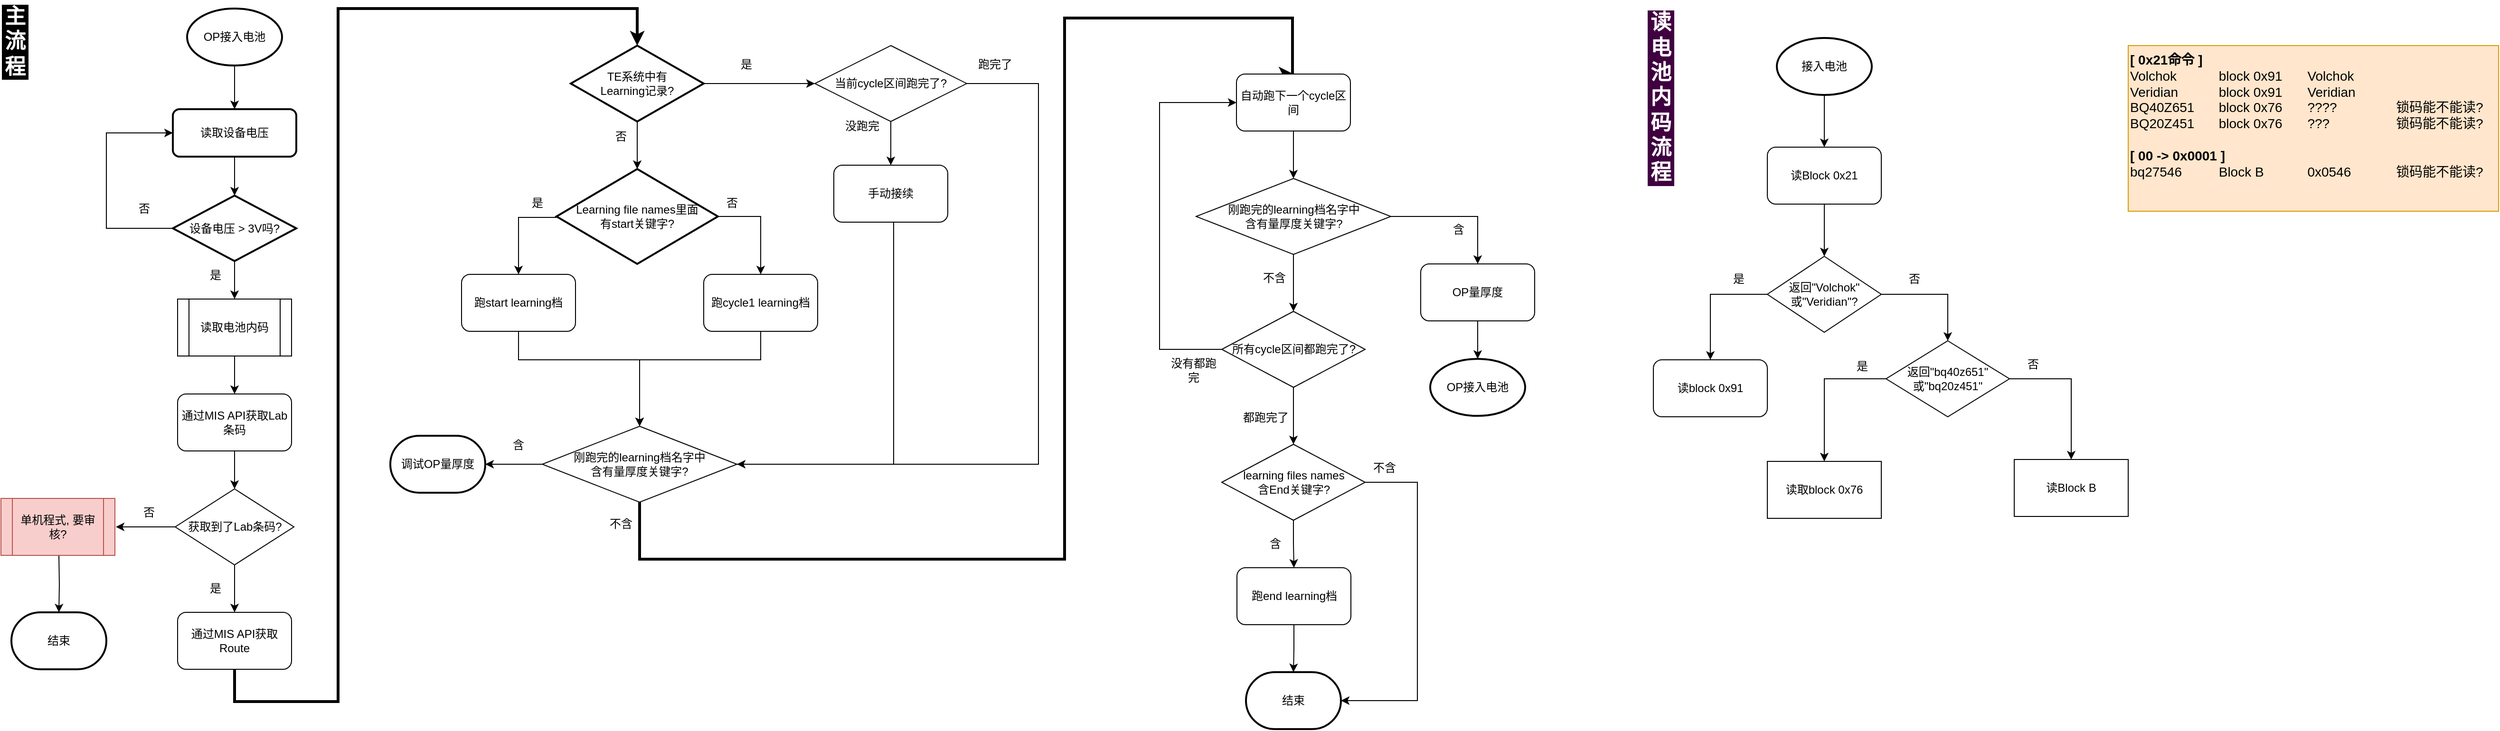
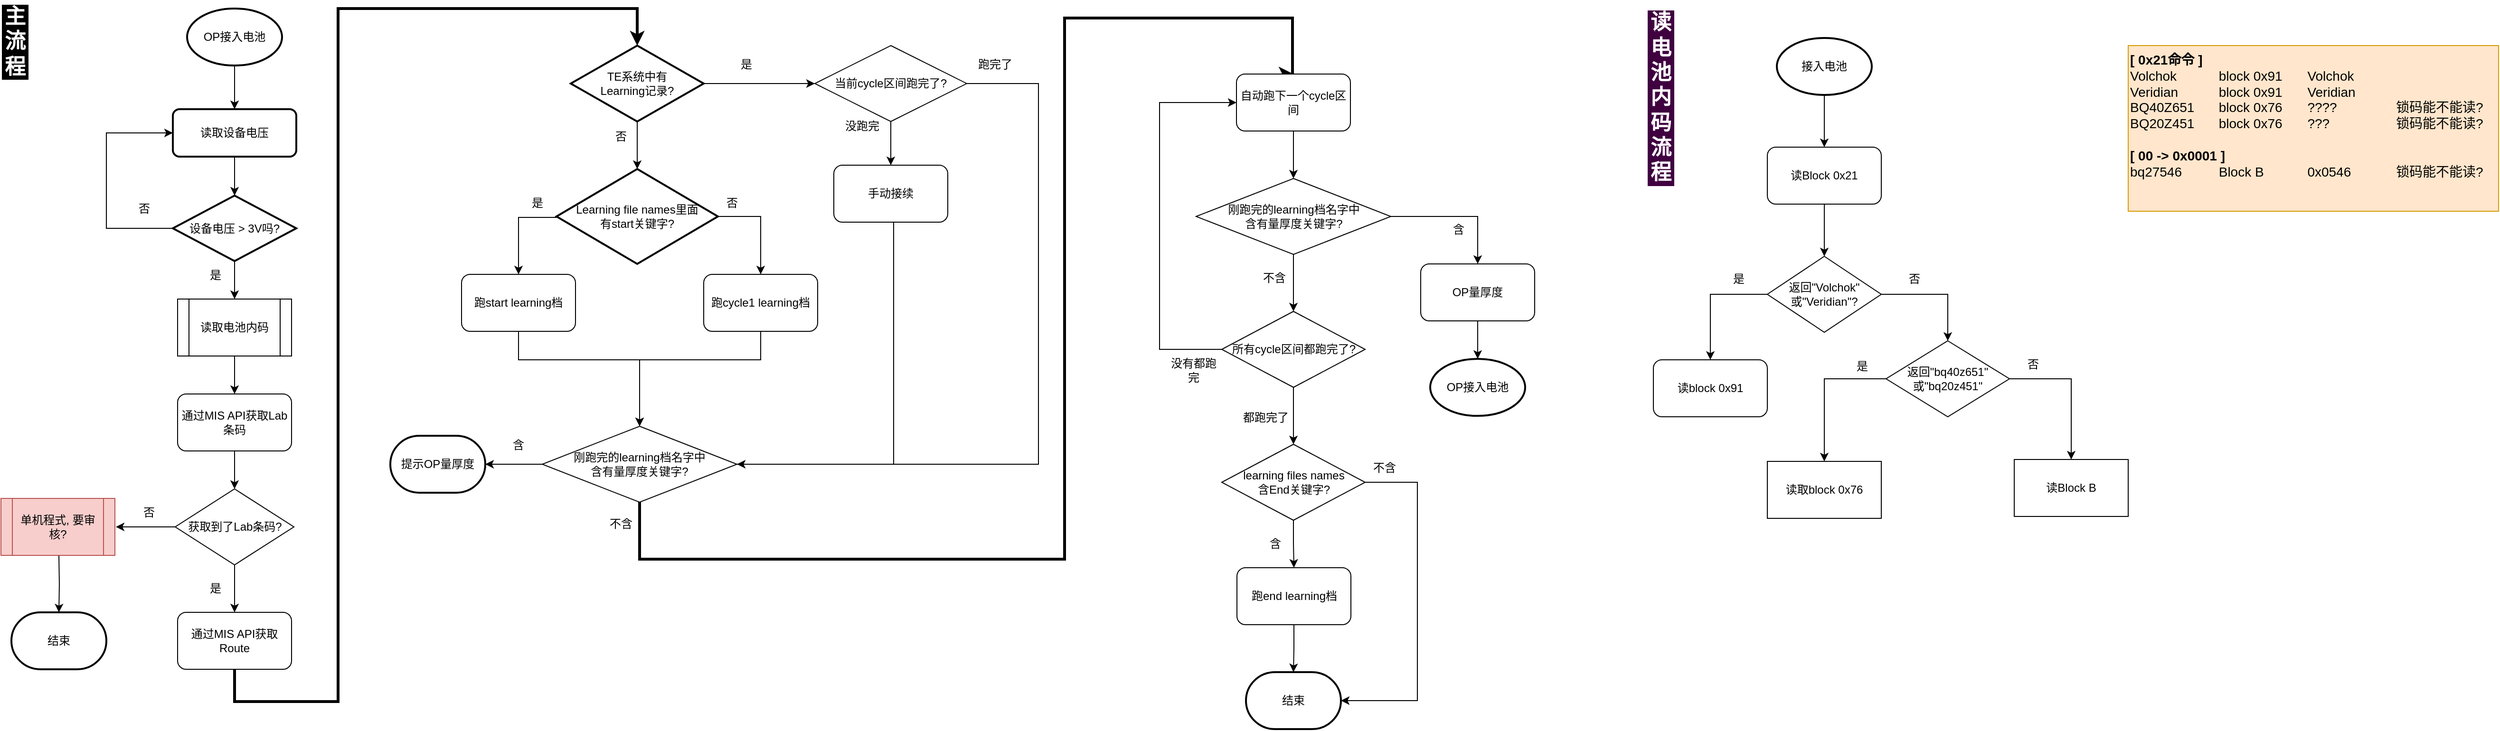
<mxfile host="app.diagrams.net">
  <diagram name="第 1 页" id="3HldnIOuQtLrwHUO-1mN">
    <mxGraphModel dx="1318" dy="774" grid="1" gridSize="10" guides="1" tooltips="1" connect="1" arrows="1" fold="1" page="1" pageScale="1" pageWidth="1169" pageHeight="827" background="#FFFFFF" math="0" shadow="0">
      <root>
        <mxCell id="0" />
        <mxCell id="1" parent="0" />
        <mxCell id="qRa3hty1LtdxE0hFs_0w-8" edge="1" parent="1" source="qRa3hty1LtdxE0hFs_0w-4" style="edgeStyle=orthogonalEdgeStyle;rounded=0;orthogonalLoop=1;jettySize=auto;html=1;" target="qRa3hty1LtdxE0hFs_0w-6" value="">
          <mxGeometry relative="1" as="geometry" />
        </mxCell>
        <mxCell id="qRa3hty1LtdxE0hFs_0w-4" parent="1" style="strokeWidth=2;html=1;shape=mxgraph.flowchart.start_1;whiteSpace=wrap;" value="OP接入电池" vertex="1">
          <mxGeometry height="60" width="100" x="216" y="20" as="geometry" />
        </mxCell>
        <mxCell id="qRa3hty1LtdxE0hFs_0w-9" edge="1" parent="1" source="qRa3hty1LtdxE0hFs_0w-6" style="edgeStyle=orthogonalEdgeStyle;rounded=0;orthogonalLoop=1;jettySize=auto;html=1;" target="qRa3hty1LtdxE0hFs_0w-7" value="">
          <mxGeometry relative="1" as="geometry" />
        </mxCell>
        <mxCell id="qRa3hty1LtdxE0hFs_0w-6" parent="1" style="rounded=1;whiteSpace=wrap;html=1;absoluteArcSize=1;arcSize=14;strokeWidth=2;" value="读取设备电压" vertex="1">
          <mxGeometry height="50" width="130" x="201" y="126" as="geometry" />
        </mxCell>
        <mxCell id="qRa3hty1LtdxE0hFs_0w-14" edge="1" parent="1" source="qRa3hty1LtdxE0hFs_0w-7" style="edgeStyle=orthogonalEdgeStyle;rounded=0;orthogonalLoop=1;jettySize=auto;html=1;" target="qRa3hty1LtdxE0hFs_0w-13" value="">
          <mxGeometry relative="1" as="geometry" />
        </mxCell>
        <mxCell id="qRa3hty1LtdxE0hFs_0w-25" edge="1" parent="1" source="qRa3hty1LtdxE0hFs_0w-7" style="edgeStyle=orthogonalEdgeStyle;rounded=0;orthogonalLoop=1;jettySize=auto;html=1;entryX=0;entryY=0.5;entryDx=0;entryDy=0;" target="qRa3hty1LtdxE0hFs_0w-6">
          <mxGeometry relative="1" as="geometry">
            <Array as="points">
              <mxPoint x="131" y="252" />
              <mxPoint x="131" y="151" />
            </Array>
            <mxPoint x="411" y="146" as="targetPoint" />
          </mxGeometry>
        </mxCell>
        <mxCell id="qRa3hty1LtdxE0hFs_0w-7" parent="1" style="strokeWidth=2;html=1;shape=mxgraph.flowchart.decision;whiteSpace=wrap;" value="设备电压 &amp;gt; 3V吗?" vertex="1">
          <mxGeometry height="69" width="130" x="201" y="217" as="geometry" />
        </mxCell>
        <mxCell id="qRa3hty1LtdxE0hFs_0w-11" parent="1" style="text;html=1;whiteSpace=wrap;strokeColor=none;fillColor=none;align=center;verticalAlign=middle;rounded=0;" value="&lt;div&gt;否&lt;/div&gt;" vertex="1">
          <mxGeometry height="30" width="60" x="141" y="216" as="geometry" />
        </mxCell>
        <mxCell id="qRa3hty1LtdxE0hFs_0w-12" parent="1" style="text;html=1;whiteSpace=wrap;strokeColor=none;fillColor=none;align=center;verticalAlign=middle;rounded=0;" value="&lt;div&gt;是&lt;/div&gt;" vertex="1">
          <mxGeometry height="30" width="60" x="216" y="286" as="geometry" />
        </mxCell>
        <mxCell id="qRa3hty1LtdxE0hFs_0w-16" edge="1" parent="1" source="qRa3hty1LtdxE0hFs_0w-13" style="edgeStyle=orthogonalEdgeStyle;rounded=0;orthogonalLoop=1;jettySize=auto;html=1;" target="qRa3hty1LtdxE0hFs_0w-15" value="">
          <mxGeometry relative="1" as="geometry" />
        </mxCell>
        <mxCell id="qRa3hty1LtdxE0hFs_0w-13" parent="1" style="shape=process;whiteSpace=wrap;html=1;backgroundOutline=1;" value="读取电池内码" vertex="1">
          <mxGeometry height="60" width="120" x="206" y="326" as="geometry" />
        </mxCell>
        <mxCell id="qRa3hty1LtdxE0hFs_0w-20" edge="1" parent="1" source="qRa3hty1LtdxE0hFs_0w-15" style="edgeStyle=orthogonalEdgeStyle;rounded=0;orthogonalLoop=1;jettySize=auto;html=1;" target="qRa3hty1LtdxE0hFs_0w-19" value="">
          <mxGeometry relative="1" as="geometry" />
        </mxCell>
        <mxCell id="qRa3hty1LtdxE0hFs_0w-15" parent="1" style="rounded=1;whiteSpace=wrap;html=1;" value="通过MIS API获取Lab条码" vertex="1">
          <mxGeometry height="60" width="120" x="206" y="426" as="geometry" />
        </mxCell>
        <mxCell id="qRa3hty1LtdxE0hFs_0w-31" edge="1" parent="1" source="qRa3hty1LtdxE0hFs_0w-17" style="edgeStyle=orthogonalEdgeStyle;rounded=0;orthogonalLoop=1;jettySize=auto;html=1;entryX=0.5;entryY=0;entryDx=0;entryDy=0;entryPerimeter=0;strokeWidth=3;" target="qRa3hty1LtdxE0hFs_0w-30" value="">
          <mxGeometry relative="1" as="geometry">
            <Array as="points">
              <mxPoint x="266" y="750" />
              <mxPoint x="375" y="750" />
              <mxPoint x="375" y="20" />
              <mxPoint x="690" y="20" />
            </Array>
          </mxGeometry>
        </mxCell>
        <mxCell id="qRa3hty1LtdxE0hFs_0w-17" parent="1" style="rounded=1;whiteSpace=wrap;html=1;" value="通过MIS API获取Route" vertex="1">
          <mxGeometry height="60" width="120" x="206" y="656" as="geometry" />
        </mxCell>
        <mxCell id="qRa3hty1LtdxE0hFs_0w-21" edge="1" parent="1" source="qRa3hty1LtdxE0hFs_0w-19" style="edgeStyle=orthogonalEdgeStyle;rounded=0;orthogonalLoop=1;jettySize=auto;html=1;" target="qRa3hty1LtdxE0hFs_0w-17" value="">
          <mxGeometry relative="1" as="geometry" />
        </mxCell>
        <mxCell id="qRa3hty1LtdxE0hFs_0w-27" edge="1" parent="1" source="qRa3hty1LtdxE0hFs_0w-19" style="edgeStyle=orthogonalEdgeStyle;rounded=0;orthogonalLoop=1;jettySize=auto;html=1;" value="">
          <mxGeometry relative="1" as="geometry">
            <mxPoint x="141" y="566" as="targetPoint" />
          </mxGeometry>
        </mxCell>
        <mxCell id="qRa3hty1LtdxE0hFs_0w-19" parent="1" style="rhombus;whiteSpace=wrap;html=1;" value="获取到了Lab条码?" vertex="1">
          <mxGeometry height="80" width="125" x="203.5" y="526" as="geometry" />
        </mxCell>
        <mxCell id="qRa3hty1LtdxE0hFs_0w-22" parent="1" style="text;html=1;whiteSpace=wrap;strokeColor=none;fillColor=none;align=center;verticalAlign=middle;rounded=0;" value="是" vertex="1">
          <mxGeometry height="30" width="60" x="216" y="616" as="geometry" />
        </mxCell>
        <mxCell id="qRa3hty1LtdxE0hFs_0w-29" edge="1" parent="1" style="edgeStyle=orthogonalEdgeStyle;rounded=0;orthogonalLoop=1;jettySize=auto;html=1;" target="qRa3hty1LtdxE0hFs_0w-28" value="">
          <mxGeometry relative="1" as="geometry">
            <mxPoint x="81" y="596" as="sourcePoint" />
          </mxGeometry>
        </mxCell>
        <mxCell id="qRa3hty1LtdxE0hFs_0w-26" parent="1" style="shape=process;whiteSpace=wrap;html=1;backgroundOutline=1;fillColor=#f8cecc;strokeColor=#b85450;" value="单机程式, 要审核?" vertex="1">
          <mxGeometry height="60" width="120" x="20" y="536" as="geometry" />
        </mxCell>
        <mxCell id="qRa3hty1LtdxE0hFs_0w-28" parent="1" style="strokeWidth=2;html=1;shape=mxgraph.flowchart.terminator;whiteSpace=wrap;" value="结束" vertex="1">
          <mxGeometry height="60" width="100" x="31" y="656" as="geometry" />
        </mxCell>
        <mxCell id="qRa3hty1LtdxE0hFs_0w-34" edge="1" parent="1" source="qRa3hty1LtdxE0hFs_0w-30" style="edgeStyle=orthogonalEdgeStyle;rounded=0;orthogonalLoop=1;jettySize=auto;html=1;" target="qRa3hty1LtdxE0hFs_0w-33" value="">
          <mxGeometry relative="1" as="geometry" />
        </mxCell>
        <mxCell id="qRa3hty1LtdxE0hFs_0w-38" edge="1" parent="1" source="qRa3hty1LtdxE0hFs_0w-30" style="edgeStyle=orthogonalEdgeStyle;rounded=0;orthogonalLoop=1;jettySize=auto;html=1;" target="qRa3hty1LtdxE0hFs_0w-37" value="">
          <mxGeometry relative="1" as="geometry" />
        </mxCell>
        <mxCell id="qRa3hty1LtdxE0hFs_0w-30" parent="1" style="strokeWidth=2;html=1;shape=mxgraph.flowchart.decision;whiteSpace=wrap;" value="&lt;div&gt;TE系统中有&lt;/div&gt;&lt;div&gt;Learning记录?&lt;/div&gt;" vertex="1">
          <mxGeometry height="80" width="140" x="620" y="59" as="geometry" />
        </mxCell>
        <mxCell id="qRa3hty1LtdxE0hFs_0w-45" edge="1" parent="1" source="qRa3hty1LtdxE0hFs_0w-33" style="edgeStyle=orthogonalEdgeStyle;rounded=0;orthogonalLoop=1;jettySize=auto;html=1;" target="qRa3hty1LtdxE0hFs_0w-44" value="">
          <mxGeometry relative="1" as="geometry">
            <Array as="points">
              <mxPoint x="565" y="240" />
            </Array>
          </mxGeometry>
        </mxCell>
        <mxCell id="qRa3hty1LtdxE0hFs_0w-67" edge="1" parent="1" source="qRa3hty1LtdxE0hFs_0w-33" style="edgeStyle=orthogonalEdgeStyle;rounded=0;orthogonalLoop=1;jettySize=auto;html=1;entryX=0.5;entryY=0;entryDx=0;entryDy=0;exitX=1;exitY=0.5;exitDx=0;exitDy=0;exitPerimeter=0;" target="qRa3hty1LtdxE0hFs_0w-66">
          <mxGeometry relative="1" as="geometry" />
        </mxCell>
        <mxCell id="qRa3hty1LtdxE0hFs_0w-33" parent="1" style="strokeWidth=2;html=1;shape=mxgraph.flowchart.decision;whiteSpace=wrap;" value="&lt;div&gt;Learning file names里面&lt;/div&gt;&lt;div&gt;有start关键字?&lt;/div&gt;" vertex="1">
          <mxGeometry height="100" width="170" x="605" y="189" as="geometry" />
        </mxCell>
        <mxCell id="qRa3hty1LtdxE0hFs_0w-35" parent="1" style="text;html=1;whiteSpace=wrap;strokeColor=none;fillColor=none;align=center;verticalAlign=middle;rounded=0;" value="否" vertex="1">
          <mxGeometry height="30" width="60" x="642.5" y="140" as="geometry" />
        </mxCell>
        <mxCell id="qRa3hty1LtdxE0hFs_0w-36" parent="1" style="text;html=1;whiteSpace=wrap;strokeColor=none;fillColor=none;align=center;verticalAlign=middle;rounded=0;" value="是" vertex="1">
          <mxGeometry height="30" width="60" x="775" y="64" as="geometry" />
        </mxCell>
        <mxCell id="qRa3hty1LtdxE0hFs_0w-40" edge="1" parent="1" source="qRa3hty1LtdxE0hFs_0w-37" style="edgeStyle=orthogonalEdgeStyle;rounded=0;orthogonalLoop=1;jettySize=auto;html=1;" target="qRa3hty1LtdxE0hFs_0w-39" value="">
          <mxGeometry relative="1" as="geometry" />
        </mxCell>
        <mxCell id="qRa3hty1LtdxE0hFs_0w-115" edge="1" parent="1" style="edgeStyle=orthogonalEdgeStyle;rounded=0;orthogonalLoop=1;jettySize=auto;html=1;entryX=1;entryY=0.5;entryDx=0;entryDy=0;">
          <mxGeometry relative="1" as="geometry">
            <Array as="points">
              <mxPoint x="1112.5" y="99" />
              <mxPoint x="1112.5" y="500" />
            </Array>
            <mxPoint x="1022.5" y="99" as="sourcePoint" />
            <mxPoint x="767.5" y="500" as="targetPoint" />
          </mxGeometry>
        </mxCell>
        <mxCell id="qRa3hty1LtdxE0hFs_0w-37" parent="1" style="rhombus;whiteSpace=wrap;html=1;" value="当前cycle区间跑完了?" vertex="1">
          <mxGeometry height="80" width="160" x="877" y="59" as="geometry" />
        </mxCell>
        <mxCell id="qRa3hty1LtdxE0hFs_0w-74" edge="1" parent="1" source="qRa3hty1LtdxE0hFs_0w-39" style="edgeStyle=orthogonalEdgeStyle;rounded=0;orthogonalLoop=1;jettySize=auto;html=1;entryX=1;entryY=0.5;entryDx=0;entryDy=0;exitX=0.5;exitY=1;exitDx=0;exitDy=0;" target="qRa3hty1LtdxE0hFs_0w-49">
          <mxGeometry relative="1" as="geometry">
            <Array as="points">
              <mxPoint x="960" y="245" />
              <mxPoint x="960" y="500" />
            </Array>
            <mxPoint x="1005" y="240" as="sourcePoint" />
          </mxGeometry>
        </mxCell>
        <mxCell id="qRa3hty1LtdxE0hFs_0w-39" parent="1" style="rounded=1;whiteSpace=wrap;html=1;" value="手动接续" vertex="1">
          <mxGeometry height="60" width="120" x="897" y="185" as="geometry" />
        </mxCell>
        <mxCell id="qRa3hty1LtdxE0hFs_0w-41" parent="1" style="text;html=1;whiteSpace=wrap;strokeColor=none;fillColor=none;align=center;verticalAlign=middle;rounded=0;" value="没跑完" vertex="1">
          <mxGeometry height="30" width="60" x="897" y="129" as="geometry" />
        </mxCell>
        <mxCell id="qRa3hty1LtdxE0hFs_0w-71" edge="1" parent="1" source="qRa3hty1LtdxE0hFs_0w-44" style="edgeStyle=orthogonalEdgeStyle;rounded=0;orthogonalLoop=1;jettySize=auto;html=1;entryX=0.5;entryY=0;entryDx=0;entryDy=0;" target="qRa3hty1LtdxE0hFs_0w-49">
          <mxGeometry relative="1" as="geometry">
            <Array as="points">
              <mxPoint x="565" y="390" />
              <mxPoint x="693" y="390" />
            </Array>
          </mxGeometry>
        </mxCell>
        <mxCell id="qRa3hty1LtdxE0hFs_0w-44" parent="1" style="rounded=1;whiteSpace=wrap;html=1;" value="跑start learning档" vertex="1">
          <mxGeometry height="60" width="120" x="505" y="300" as="geometry" />
        </mxCell>
        <mxCell id="qRa3hty1LtdxE0hFs_0w-46" parent="1" style="text;html=1;whiteSpace=wrap;strokeColor=none;fillColor=none;align=center;verticalAlign=middle;rounded=0;" value="是" vertex="1">
          <mxGeometry height="30" width="60" x="555" y="210" as="geometry" />
        </mxCell>
        <mxCell id="qRa3hty1LtdxE0hFs_0w-129" edge="1" parent="1" source="qRa3hty1LtdxE0hFs_0w-49" style="edgeStyle=orthogonalEdgeStyle;rounded=0;orthogonalLoop=1;jettySize=auto;html=1;entryX=0.5;entryY=0;entryDx=0;entryDy=0;exitX=0.5;exitY=1;exitDx=0;exitDy=0;strokeWidth=3;" target="qRa3hty1LtdxE0hFs_0w-55">
          <mxGeometry relative="1" as="geometry">
            <Array as="points">
              <mxPoint x="692" y="600" />
              <mxPoint x="1140" y="600" />
              <mxPoint x="1140" y="30" />
              <mxPoint x="1380" y="30" />
              <mxPoint x="1380" y="89" />
            </Array>
          </mxGeometry>
        </mxCell>
        <mxCell id="PsBZDfwHha2lWDHOalyY-38" edge="1" parent="1" source="qRa3hty1LtdxE0hFs_0w-49" style="edgeStyle=orthogonalEdgeStyle;rounded=0;orthogonalLoop=1;jettySize=auto;html=1;" target="PsBZDfwHha2lWDHOalyY-37" value="">
          <mxGeometry relative="1" as="geometry" />
        </mxCell>
        <mxCell id="qRa3hty1LtdxE0hFs_0w-49" parent="1" style="rhombus;whiteSpace=wrap;html=1;" value="&lt;div&gt;刚跑完的learning档名字中&lt;/div&gt;&lt;div&gt;含有量厚度关键字?&lt;/div&gt;" vertex="1">
          <mxGeometry height="80" width="205" x="590" y="460" as="geometry" />
        </mxCell>
        <mxCell id="qRa3hty1LtdxE0hFs_0w-53" parent="1" style="text;html=1;whiteSpace=wrap;strokeColor=none;fillColor=none;align=center;verticalAlign=middle;rounded=0;" value="&lt;div&gt;含&lt;/div&gt;" vertex="1">
          <mxGeometry height="30" width="60" x="535" y="465" as="geometry" />
        </mxCell>
        <mxCell id="qRa3hty1LtdxE0hFs_0w-130" edge="1" parent="1" source="qRa3hty1LtdxE0hFs_0w-55" style="edgeStyle=orthogonalEdgeStyle;rounded=0;orthogonalLoop=1;jettySize=auto;html=1;" target="qRa3hty1LtdxE0hFs_0w-88" value="">
          <mxGeometry relative="1" as="geometry" />
        </mxCell>
        <mxCell id="qRa3hty1LtdxE0hFs_0w-55" parent="1" style="rounded=1;whiteSpace=wrap;html=1;" value="自动跑下一个cycle区间" vertex="1">
          <mxGeometry height="60" width="120" x="1321" y="89" as="geometry" />
        </mxCell>
        <mxCell id="qRa3hty1LtdxE0hFs_0w-57" parent="1" style="text;html=1;whiteSpace=wrap;strokeColor=none;fillColor=none;align=center;verticalAlign=middle;rounded=0;" value="否" vertex="1">
          <mxGeometry height="30" width="60" x="146" y="536" as="geometry" />
        </mxCell>
        <mxCell id="qRa3hty1LtdxE0hFs_0w-58" parent="1" style="text;html=1;whiteSpace=wrap;strokeColor=none;fillColor=none;align=center;verticalAlign=middle;rounded=0;" value="跑完了" vertex="1">
          <mxGeometry height="30" width="60" x="1037" y="64" as="geometry" />
        </mxCell>
        <mxCell id="qRa3hty1LtdxE0hFs_0w-73" edge="1" parent="1" source="qRa3hty1LtdxE0hFs_0w-66" style="edgeStyle=orthogonalEdgeStyle;rounded=0;orthogonalLoop=1;jettySize=auto;html=1;entryX=0.5;entryY=0;entryDx=0;entryDy=0;" target="qRa3hty1LtdxE0hFs_0w-49">
          <mxGeometry relative="1" as="geometry">
            <Array as="points">
              <mxPoint x="820" y="390" />
              <mxPoint x="693" y="390" />
            </Array>
          </mxGeometry>
        </mxCell>
        <mxCell id="qRa3hty1LtdxE0hFs_0w-66" parent="1" style="rounded=1;whiteSpace=wrap;html=1;" value="跑cycle1 learning档" vertex="1">
          <mxGeometry height="60" width="120" x="760" y="300" as="geometry" />
        </mxCell>
        <mxCell id="qRa3hty1LtdxE0hFs_0w-68" parent="1" style="text;html=1;whiteSpace=wrap;strokeColor=none;fillColor=none;align=center;verticalAlign=middle;rounded=0;" value="否" vertex="1">
          <mxGeometry height="30" width="60" x="760" y="210" as="geometry" />
        </mxCell>
        <mxCell id="qRa3hty1LtdxE0hFs_0w-75" parent="1" style="text;html=1;whiteSpace=wrap;strokeColor=none;fillColor=none;align=center;verticalAlign=middle;rounded=0;" value="不含" vertex="1">
          <mxGeometry height="30" width="60" x="642.5" y="548" as="geometry" />
        </mxCell>
        <mxCell id="qRa3hty1LtdxE0hFs_0w-132" edge="1" parent="1" source="qRa3hty1LtdxE0hFs_0w-88" style="edgeStyle=orthogonalEdgeStyle;rounded=0;orthogonalLoop=1;jettySize=auto;html=1;" target="qRa3hty1LtdxE0hFs_0w-91" value="">
          <mxGeometry relative="1" as="geometry" />
        </mxCell>
        <mxCell id="qRa3hty1LtdxE0hFs_0w-134" edge="1" parent="1" source="qRa3hty1LtdxE0hFs_0w-88" style="edgeStyle=orthogonalEdgeStyle;rounded=0;orthogonalLoop=1;jettySize=auto;html=1;" target="qRa3hty1LtdxE0hFs_0w-107" value="">
          <mxGeometry relative="1" as="geometry" />
        </mxCell>
        <mxCell id="qRa3hty1LtdxE0hFs_0w-88" parent="1" style="rhombus;whiteSpace=wrap;html=1;" value="&lt;div&gt;刚跑完的learning档名字中&lt;/div&gt;&lt;div&gt;含有量厚度关键字?&lt;/div&gt;" vertex="1">
          <mxGeometry height="80" width="205" x="1278.5" y="199" as="geometry" />
        </mxCell>
        <mxCell id="qRa3hty1LtdxE0hFs_0w-104" edge="1" parent="1" source="qRa3hty1LtdxE0hFs_0w-91" style="edgeStyle=orthogonalEdgeStyle;rounded=0;orthogonalLoop=1;jettySize=auto;html=1;" target="qRa3hty1LtdxE0hFs_0w-103" value="">
          <mxGeometry relative="1" as="geometry" />
        </mxCell>
        <mxCell id="qRa3hty1LtdxE0hFs_0w-91" parent="1" style="rounded=1;whiteSpace=wrap;html=1;" value="OP量厚度" vertex="1">
          <mxGeometry height="60" width="120" x="1515" y="289" as="geometry" />
        </mxCell>
        <mxCell id="qRa3hty1LtdxE0hFs_0w-93" parent="1" style="text;html=1;whiteSpace=wrap;strokeColor=none;fillColor=none;align=center;verticalAlign=middle;rounded=0;" value="含" vertex="1">
          <mxGeometry height="30" width="60" x="1525" y="238" as="geometry" />
        </mxCell>
        <mxCell id="qRa3hty1LtdxE0hFs_0w-95" parent="1" style="text;html=1;whiteSpace=wrap;strokeColor=none;fillColor=none;align=center;verticalAlign=middle;rounded=0;" value="不含" vertex="1">
          <mxGeometry height="30" width="60" x="1331" y="289" as="geometry" />
        </mxCell>
        <mxCell id="qRa3hty1LtdxE0hFs_0w-103" parent="1" style="strokeWidth=2;html=1;shape=mxgraph.flowchart.start_1;whiteSpace=wrap;" value="OP接入电池" vertex="1">
          <mxGeometry height="60" width="100" x="1525" y="389" as="geometry" />
        </mxCell>
        <mxCell id="qRa3hty1LtdxE0hFs_0w-118" edge="1" parent="1" source="qRa3hty1LtdxE0hFs_0w-107" style="edgeStyle=orthogonalEdgeStyle;rounded=0;orthogonalLoop=1;jettySize=auto;html=1;" target="qRa3hty1LtdxE0hFs_0w-117" value="">
          <mxGeometry relative="1" as="geometry" />
        </mxCell>
        <mxCell id="qRa3hty1LtdxE0hFs_0w-135" edge="1" parent="1" source="qRa3hty1LtdxE0hFs_0w-107" style="edgeStyle=orthogonalEdgeStyle;rounded=0;orthogonalLoop=1;jettySize=auto;html=1;entryX=0;entryY=0.5;entryDx=0;entryDy=0;" target="qRa3hty1LtdxE0hFs_0w-55">
          <mxGeometry relative="1" as="geometry">
            <Array as="points">
              <mxPoint x="1240" y="379" />
              <mxPoint x="1240" y="119" />
            </Array>
            <mxPoint x="1250" y="140" as="targetPoint" />
          </mxGeometry>
        </mxCell>
        <mxCell id="qRa3hty1LtdxE0hFs_0w-107" parent="1" style="rhombus;whiteSpace=wrap;html=1;" value="所有cycle区间都跑完了?" vertex="1">
          <mxGeometry height="80" width="151" x="1305.5" y="339" as="geometry" />
        </mxCell>
        <mxCell id="qRa3hty1LtdxE0hFs_0w-111" parent="1" style="text;html=1;whiteSpace=wrap;strokeColor=none;fillColor=none;align=center;verticalAlign=middle;rounded=0;" value="没有都跑完" vertex="1">
          <mxGeometry height="30" width="60" x="1245.5" y="386" as="geometry" />
        </mxCell>
        <mxCell id="qRa3hty1LtdxE0hFs_0w-112" parent="1" style="strokeWidth=2;html=1;shape=mxgraph.flowchart.terminator;whiteSpace=wrap;" value="结束" vertex="1">
          <mxGeometry height="60" width="100" x="1331" y="719" as="geometry" />
        </mxCell>
        <mxCell id="qRa3hty1LtdxE0hFs_0w-114" parent="1" style="text;html=1;whiteSpace=wrap;strokeColor=none;fillColor=none;align=center;verticalAlign=middle;rounded=0;" value="都跑完了" vertex="1">
          <mxGeometry height="30" width="60" x="1322" y="436" as="geometry" />
        </mxCell>
        <mxCell id="qRa3hty1LtdxE0hFs_0w-122" edge="1" parent="1" source="qRa3hty1LtdxE0hFs_0w-117" style="edgeStyle=orthogonalEdgeStyle;rounded=0;orthogonalLoop=1;jettySize=auto;html=1;" target="qRa3hty1LtdxE0hFs_0w-120" value="">
          <mxGeometry relative="1" as="geometry" />
        </mxCell>
        <mxCell id="qRa3hty1LtdxE0hFs_0w-117" parent="1" style="rhombus;whiteSpace=wrap;html=1;" value="&lt;div&gt;learning files names&lt;/div&gt;&lt;div&gt;含End关键字?&lt;/div&gt;" vertex="1">
          <mxGeometry height="80" width="151" x="1305.5" y="479" as="geometry" />
        </mxCell>
        <mxCell id="qRa3hty1LtdxE0hFs_0w-121" edge="1" parent="1" source="qRa3hty1LtdxE0hFs_0w-120" style="edgeStyle=orthogonalEdgeStyle;rounded=0;orthogonalLoop=1;jettySize=auto;html=1;" target="qRa3hty1LtdxE0hFs_0w-112" value="">
          <mxGeometry relative="1" as="geometry" />
        </mxCell>
        <mxCell id="qRa3hty1LtdxE0hFs_0w-120" parent="1" style="rounded=1;whiteSpace=wrap;html=1;" value="跑end learning档" vertex="1">
          <mxGeometry height="60" width="120" x="1321.5" y="609" as="geometry" />
        </mxCell>
        <mxCell id="qRa3hty1LtdxE0hFs_0w-123" parent="1" style="text;html=1;whiteSpace=wrap;strokeColor=none;fillColor=none;align=center;verticalAlign=middle;rounded=0;" value="含" vertex="1">
          <mxGeometry height="30" width="60" x="1331.5" y="569" as="geometry" />
        </mxCell>
        <mxCell id="qRa3hty1LtdxE0hFs_0w-124" edge="1" parent="1" source="qRa3hty1LtdxE0hFs_0w-117" style="edgeStyle=orthogonalEdgeStyle;rounded=0;orthogonalLoop=1;jettySize=auto;html=1;entryX=1;entryY=0.5;entryDx=0;entryDy=0;entryPerimeter=0;" target="qRa3hty1LtdxE0hFs_0w-112">
          <mxGeometry relative="1" as="geometry">
            <Array as="points">
              <mxPoint x="1511.5" y="519" />
              <mxPoint x="1511.5" y="749" />
            </Array>
          </mxGeometry>
        </mxCell>
        <mxCell id="qRa3hty1LtdxE0hFs_0w-125" parent="1" style="text;html=1;whiteSpace=wrap;strokeColor=none;fillColor=none;align=center;verticalAlign=middle;rounded=0;" value="不含" vertex="1">
          <mxGeometry height="30" width="60" x="1446.5" y="489" as="geometry" />
        </mxCell>
        <mxCell id="PsBZDfwHha2lWDHOalyY-6" edge="1" parent="1" source="qRa3hty1LtdxE0hFs_0w-136" style="edgeStyle=orthogonalEdgeStyle;rounded=0;orthogonalLoop=1;jettySize=auto;html=1;" target="PsBZDfwHha2lWDHOalyY-3" value="">
          <mxGeometry relative="1" as="geometry" />
        </mxCell>
        <mxCell id="qRa3hty1LtdxE0hFs_0w-136" parent="1" style="strokeWidth=2;html=1;shape=mxgraph.flowchart.start_1;whiteSpace=wrap;" value="接入电池" vertex="1">
          <mxGeometry height="60" width="100" x="1890" y="51" as="geometry" />
        </mxCell>
        <mxCell id="PsBZDfwHha2lWDHOalyY-1" parent="1" style="text;html=1;whiteSpace=wrap;strokeColor=none;fillColor=none;align=center;verticalAlign=middle;rounded=0;fontStyle=1;strokeWidth=3;labelBackgroundColor=light-dark(#400040, #ededed);fontColor=light-dark(#ffffff, #ededed);fontSize=22;" value="读电池内码流程" vertex="1">
          <mxGeometry height="30" width="30" x="1753" y="99" as="geometry" />
        </mxCell>
        <mxCell id="PsBZDfwHha2lWDHOalyY-2" parent="1" style="text;html=1;whiteSpace=wrap;strokeColor=#d79b00;fillColor=#ffe6cc;align=left;verticalAlign=top;rounded=0;fontSize=14;labelBackgroundColor=none;" value="&lt;div&gt;&lt;b&gt;[ 0x21命令 ]&lt;/b&gt;&lt;/div&gt;&lt;div&gt;Volchok&lt;span style=&quot;white-space: pre;&quot;&gt;&#x9;&lt;/span&gt;&lt;span style=&quot;white-space: pre;&quot;&gt;&#x9;&lt;/span&gt;block 0x91&lt;span style=&quot;white-space: pre;&quot;&gt;&#x9;&lt;/span&gt;Volchok&lt;/div&gt;&lt;div&gt;Veridian&lt;span style=&quot;white-space: pre;&quot;&gt;&lt;span style=&quot;white-space: pre;&quot;&gt;&#x9;&lt;/span&gt;&lt;span style=&quot;white-space: pre;&quot;&gt;&#x9;&lt;/span&gt;block 0x91&#x9;Veridian&lt;/span&gt;&lt;/div&gt;&lt;div&gt;BQ40Z651&lt;span style=&quot;white-space: pre;&quot;&gt;&#x9;block 0x76&lt;/span&gt;&lt;span style=&quot;white-space: pre;&quot;&gt;&#x9;????&lt;span style=&quot;white-space: pre;&quot;&gt;&#x9;&lt;/span&gt;&lt;span style=&quot;white-space: pre;&quot;&gt;&#x9;&lt;/span&gt;锁码能不能读?&lt;/span&gt;&lt;/div&gt;&lt;div&gt;&lt;span style=&quot;white-space: pre;&quot;&gt;BQ20Z451&lt;span style=&quot;white-space: pre;&quot;&gt;&#x9;&lt;/span&gt;block 0x76&lt;span style=&quot;white-space: pre;&quot;&gt;&#x9;???&lt;span style=&quot;white-space: pre;&quot;&gt;&#x9;&lt;/span&gt;&lt;span style=&quot;white-space: pre;&quot;&gt;&#x9;&lt;/span&gt;&lt;span style=&quot;white-space: pre;&quot;&gt;&#x9;&lt;/span&gt;锁码能不能读?&lt;/span&gt;&lt;/span&gt;&lt;/div&gt;&lt;div&gt;&lt;br&gt;&lt;/div&gt;&lt;div&gt;&lt;b&gt;[ 00 -&amp;gt; 0x0001 ]&lt;/b&gt;&lt;/div&gt;&lt;div&gt;bq27546&lt;span style=&quot;white-space: pre;&quot;&gt;&#x9;&lt;/span&gt;&lt;span style=&quot;white-space: pre;&quot;&gt;&#x9;Block B&lt;span style=&quot;white-space: pre;&quot;&gt;&#x9;&lt;/span&gt;&lt;span style=&quot;white-space: pre;&quot;&gt;&#x9;&lt;/span&gt;0x0546&lt;span style=&quot;white-space: pre;&quot;&gt;&#x9;&lt;/span&gt;&lt;span style=&quot;white-space: pre;&quot;&gt;&#x9;&lt;/span&gt;锁码能不能读?&lt;/span&gt;&lt;/div&gt;&lt;div&gt;&lt;br&gt;&lt;/div&gt;" vertex="1">
          <mxGeometry height="174.5" width="390" x="2260" y="59" as="geometry" />
        </mxCell>
        <mxCell id="PsBZDfwHha2lWDHOalyY-7" edge="1" parent="1" source="PsBZDfwHha2lWDHOalyY-3" style="edgeStyle=orthogonalEdgeStyle;rounded=0;orthogonalLoop=1;jettySize=auto;html=1;" target="PsBZDfwHha2lWDHOalyY-5" value="">
          <mxGeometry relative="1" as="geometry" />
        </mxCell>
        <mxCell id="PsBZDfwHha2lWDHOalyY-3" parent="1" style="rounded=1;whiteSpace=wrap;html=1;" value="读Block 0x21" vertex="1">
          <mxGeometry height="60" width="120" x="1880" y="166" as="geometry" />
        </mxCell>
        <mxCell id="PsBZDfwHha2lWDHOalyY-27" edge="1" parent="1" source="PsBZDfwHha2lWDHOalyY-5" style="edgeStyle=orthogonalEdgeStyle;rounded=0;orthogonalLoop=1;jettySize=auto;html=1;" target="PsBZDfwHha2lWDHOalyY-26" value="">
          <mxGeometry relative="1" as="geometry" />
        </mxCell>
        <mxCell id="PsBZDfwHha2lWDHOalyY-35" edge="1" parent="1" source="PsBZDfwHha2lWDHOalyY-5" style="edgeStyle=orthogonalEdgeStyle;rounded=0;orthogonalLoop=1;jettySize=auto;html=1;entryX=0.5;entryY=0;entryDx=0;entryDy=0;" target="PsBZDfwHha2lWDHOalyY-12">
          <mxGeometry relative="1" as="geometry">
            <Array as="points">
              <mxPoint x="1820" y="321" />
            </Array>
          </mxGeometry>
        </mxCell>
        <mxCell id="PsBZDfwHha2lWDHOalyY-5" parent="1" style="rhombus;whiteSpace=wrap;html=1;" value="&lt;div&gt;返回&quot;Volchok&quot;&lt;/div&gt;&lt;div&gt;或&quot;Veridian&quot;?&lt;/div&gt;" vertex="1">
          <mxGeometry height="80" width="120" x="1880" y="281" as="geometry" />
        </mxCell>
        <mxCell id="PsBZDfwHha2lWDHOalyY-12" parent="1" style="rounded=1;whiteSpace=wrap;html=1;" value="读block 0x91" vertex="1">
          <mxGeometry height="60" width="120" x="1760" y="390" as="geometry" />
        </mxCell>
        <mxCell id="PsBZDfwHha2lWDHOalyY-14" parent="1" style="text;html=1;whiteSpace=wrap;strokeColor=none;fillColor=none;align=center;verticalAlign=middle;rounded=0;" value="是" vertex="1">
          <mxGeometry height="30" width="60" x="1820" y="290" as="geometry" />
        </mxCell>
        <mxCell id="PsBZDfwHha2lWDHOalyY-29" edge="1" parent="1" source="PsBZDfwHha2lWDHOalyY-26" style="edgeStyle=orthogonalEdgeStyle;rounded=0;orthogonalLoop=1;jettySize=auto;html=1;" target="PsBZDfwHha2lWDHOalyY-28" value="">
          <mxGeometry relative="1" as="geometry" />
        </mxCell>
        <mxCell id="PsBZDfwHha2lWDHOalyY-32" edge="1" parent="1" source="PsBZDfwHha2lWDHOalyY-26" style="edgeStyle=orthogonalEdgeStyle;rounded=0;orthogonalLoop=1;jettySize=auto;html=1;" target="PsBZDfwHha2lWDHOalyY-31" value="">
          <mxGeometry relative="1" as="geometry" />
        </mxCell>
        <mxCell id="PsBZDfwHha2lWDHOalyY-26" parent="1" style="rhombus;whiteSpace=wrap;html=1;" value="&lt;div&gt;返回&quot;bq40z651&quot;&lt;/div&gt;&lt;div&gt;或&quot;bq20z451&quot;&lt;/div&gt;" vertex="1">
          <mxGeometry height="80" width="130" x="2005" y="370" as="geometry" />
        </mxCell>
        <mxCell id="PsBZDfwHha2lWDHOalyY-28" parent="1" style="whiteSpace=wrap;html=1;" value="读取block 0x76" vertex="1">
          <mxGeometry height="60" width="120" x="1880" y="497" as="geometry" />
        </mxCell>
        <mxCell id="PsBZDfwHha2lWDHOalyY-30" parent="1" style="text;html=1;whiteSpace=wrap;strokeColor=none;fillColor=none;align=center;verticalAlign=middle;rounded=0;" value="是" vertex="1">
          <mxGeometry height="30" width="60" x="1950" y="382" as="geometry" />
        </mxCell>
        <mxCell id="PsBZDfwHha2lWDHOalyY-31" parent="1" style="whiteSpace=wrap;html=1;" value="读Block B" vertex="1">
          <mxGeometry height="60" width="120" x="2140" y="495" as="geometry" />
        </mxCell>
        <mxCell id="PsBZDfwHha2lWDHOalyY-33" parent="1" style="text;html=1;whiteSpace=wrap;strokeColor=none;fillColor=none;align=center;verticalAlign=middle;rounded=0;" value="否" vertex="1">
          <mxGeometry height="30" width="60" x="2005" y="290" as="geometry" />
        </mxCell>
        <mxCell id="PsBZDfwHha2lWDHOalyY-34" parent="1" style="text;html=1;whiteSpace=wrap;strokeColor=none;fillColor=none;align=center;verticalAlign=middle;rounded=0;" value="否" vertex="1">
          <mxGeometry height="30" width="60" x="2130" y="380" as="geometry" />
        </mxCell>
        <mxCell id="PsBZDfwHha2lWDHOalyY-36" parent="1" style="text;html=1;whiteSpace=wrap;strokeColor=none;fillColor=none;align=center;verticalAlign=middle;rounded=0;fontStyle=1;fontSize=22;fontColor=light-dark(#ffffff, #ededed);strokeWidth=3;labelBackgroundColor=#000000;" value="主流程" vertex="1">
          <mxGeometry height="30" width="30" x="20" y="40" as="geometry" />
        </mxCell>
-         <mxCell id="PsBZDfwHha2lWDHOalyY-37" parent="1" style="strokeWidth=2;html=1;shape=mxgraph.flowchart.terminator;whiteSpace=wrap;" value="调试OP量厚度" vertex="1">
+         <mxCell id="PsBZDfwHha2lWDHOalyY-37" parent="1" style="strokeWidth=2;html=1;shape=mxgraph.flowchart.terminator;whiteSpace=wrap;" value="提示OP量厚度" vertex="1">
          <mxGeometry height="60" width="100" x="430" y="470" as="geometry" />
        </mxCell>
      </root>
    </mxGraphModel>
  </diagram>
</mxfile>
